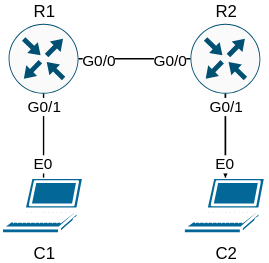
ackindelt-cyber/ackindelt-networking-cml keeps this draw.io diagram as modules/layer-3/static-routing/two-router-static-routing/topology/diagram.svg. Above is the earlier version. Source tidied: cells renumbered, new cells last; positions are measured from the earlier drawing's top-left corner, leaving out a move shared by most shapes.
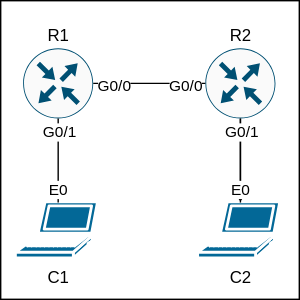
The same file after the commit.

What changed in the source:
```diff
@@ -2,6 +2,9 @@
   <root>
     <mxCell id="0" />
     <mxCell id="1" parent="0" />
+    <mxCell id="16" style="whiteSpace=wrap;html=1;" parent="1" vertex="1">
+      <mxGeometry x="-11" y="-34" width="213" height="213" as="geometry" />
+    </mxCell>
     <mxCell id="2" value="C1" style="sketch=0;html=1;dashed=0;fillColor=#036897;strokeColor=#ffffff;strokeWidth=2;verticalLabelPosition=bottom;verticalAlign=top;align=center;outlineConnect=0;shape=mxgraph.cisco.computers_and_peripherals.laptop;" parent="1" vertex="1">
       <mxGeometry y="110" width="60" height="40" as="geometry" />
     </mxCell>
```
